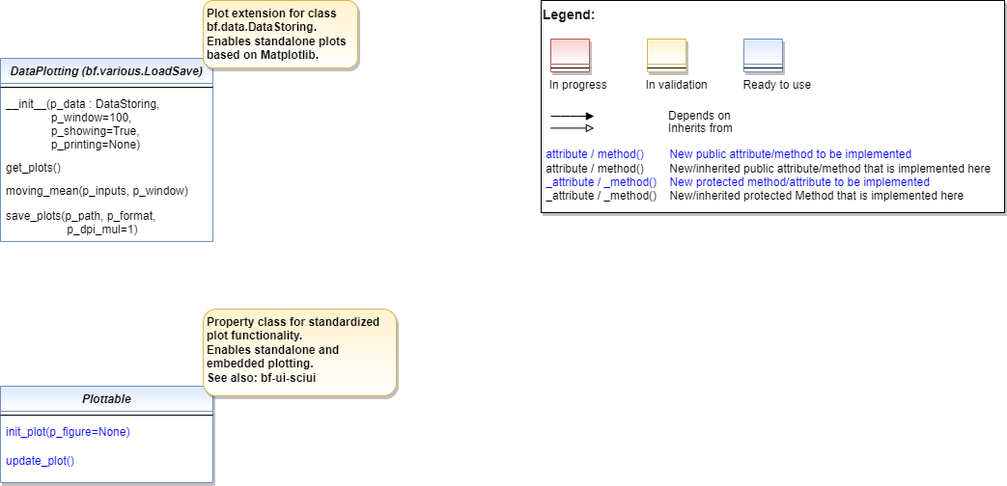
Earlier version of the draw.io export doc/rtd/content/append2/core/images/bf/MLPro-BF-Plot_class_diagram.drawio.png (fhswf/MLPro). Source tidied: cells renumbered, new cells last; positions are measured from the earlier drawing's top-left corner, leaving out a move shared by most shapes.
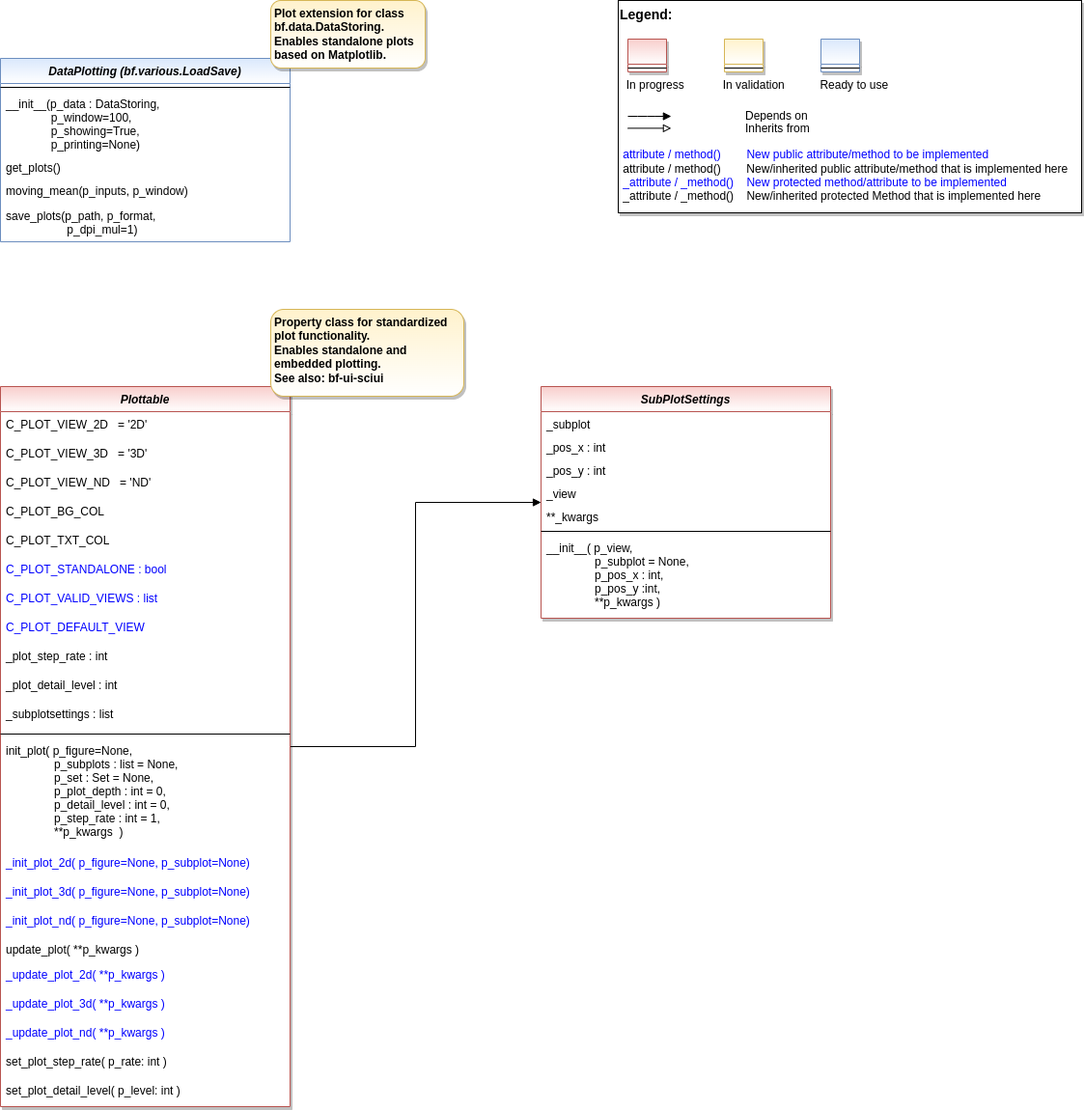
The same file after the commit.

Commit message:
Update of class diagram

The edit, as a diff of the source:
```diff
@@ -2,20 +2,80 @@
   <root>
     <mxCell id="0" />
     <mxCell id="1" parent="0" />
+    <mxCell id="24" style="edgeStyle=orthogonalEdgeStyle;rounded=0;jettySize=auto;html=1;fontColor=default;endArrow=block;endFill=1;" parent="1" edge="1" source="2" target="44">
+      <mxGeometry relative="1" as="geometry" />
+    </mxCell>
-    <mxCell id="2" value="Plottable" style="swimlane;fontStyle=3;align=center;verticalAlign=top;horizontal=1;startSize=26;rounded=0;shadow=1;strokeWidth=1;fillColor=#dae8fc;strokeColor=#6c8ebf;gradientColor=#FFFFFF;swimlaneFillColor=#FFFFFF;" parent="1" vertex="1">
-      <mxGeometry y="400" width="220" height="100" as="geometry" />
+    <mxCell id="2" value="Plottable" style="swimlane;fontStyle=3;align=center;verticalAlign=top;horizontal=1;startSize=26;rounded=0;shadow=1;strokeWidth=1;fillColor=#f8cecc;strokeColor=#b85450;swimlaneFillColor=#FFFFFF;gradientColor=#FFFFFF;" parent="1" vertex="1">
+      <mxGeometry y="400" width="300" height="746" as="geometry" />
     </mxCell>
+    <mxCell id="25" value="C_PLOT_VIEW_2D   = '2D'" style="text;align=left;verticalAlign=top;spacingLeft=4;spacingRight=4;overflow=hidden;fontColor=default;" parent="2" vertex="1">
+      <mxGeometry y="26" width="300" height="30" as="geometry" />
+    </mxCell>
+    <mxCell id="26" value="C_PLOT_VIEW_3D   = '3D'" style="text;align=left;verticalAlign=top;spacingLeft=4;spacingRight=4;overflow=hidden;fontColor=default;" parent="2" vertex="1">
+      <mxGeometry y="56" width="300" height="30" as="geometry" />
+    </mxCell>
+    <mxCell id="27" value="C_PLOT_VIEW_ND   = 'ND'" style="text;align=left;verticalAlign=top;spacingLeft=4;spacingRight=4;overflow=hidden;fontColor=default;" parent="2" vertex="1">
+      <mxGeometry y="86" width="300" height="30" as="geometry" />
+    </mxCell>
+    <mxCell id="28" value="C_PLOT_BG_COL" style="text;align=left;verticalAlign=top;spacingLeft=4;spacingRight=4;overflow=hidden;fontColor=default;" parent="2" vertex="1">
+      <mxGeometry y="116" width="300" height="30" as="geometry" />
+    </mxCell>
+    <mxCell id="29" value="C_PLOT_TXT_COL" style="text;align=left;verticalAlign=top;spacingLeft=4;spacingRight=4;overflow=hidden;fontColor=default;" parent="2" vertex="1">
+      <mxGeometry y="146" width="300" height="30" as="geometry" />
+    </mxCell>
+    <mxCell id="30" value="C_PLOT_STANDALONE : bool" style="text;align=left;verticalAlign=top;spacingLeft=4;spacingRight=4;overflow=hidden;fontColor=#0000FF;" parent="2" vertex="1">
+      <mxGeometry y="176" width="300" height="30" as="geometry" />
+    </mxCell>
+    <mxCell id="31" value="C_PLOT_VALID_VIEWS : list" style="text;align=left;verticalAlign=top;spacingLeft=4;spacingRight=4;overflow=hidden;fontColor=#0000FF;" parent="2" vertex="1">
+      <mxGeometry y="206" width="300" height="30" as="geometry" />
+    </mxCell>
+    <mxCell id="32" value="C_PLOT_DEFAULT_VIEW" style="text;align=left;verticalAlign=top;spacingLeft=4;spacingRight=4;overflow=hidden;fontColor=#0000FF;" parent="2" vertex="1">
+      <mxGeometry y="236" width="300" height="30" as="geometry" />
+    </mxCell>
+    <mxCell id="33" value="_plot_step_rate : int" style="text;align=left;verticalAlign=top;spacingLeft=4;spacingRight=4;overflow=hidden;fontColor=default;" parent="2" vertex="1">
+      <mxGeometry y="266" width="300" height="30" as="geometry" />
+    </mxCell>
+    <mxCell id="34" value="_plot_detail_level : int" style="text;align=left;verticalAlign=top;spacingLeft=4;spacingRight=4;overflow=hidden;fontColor=default;" parent="2" vertex="1">
+      <mxGeometry y="296" width="300" height="30" as="geometry" />
+    </mxCell>
+    <mxCell id="35" value="_subplotsettings : list" style="text;align=left;verticalAlign=top;spacingLeft=4;spacingRight=4;overflow=hidden;fontColor=default;" parent="2" vertex="1">
+      <mxGeometry y="326" width="300" height="30" as="geometry" />
+    </mxCell>
     <mxCell id="3" style="line;html=1;strokeWidth=1;align=left;verticalAlign=middle;spacingTop=-1;spacingLeft=3;spacingRight=3;labelPosition=right;" parent="2" vertex="1">
-      <mxGeometry y="26" width="220" height="8" as="geometry" />
+      <mxGeometry y="356" width="300" height="8" as="geometry" />
     </mxCell>
-    <mxCell id="4" value="init_plot(p_figure=None)" style="text;align=left;verticalAlign=top;spacingLeft=4;spacingRight=4;overflow=hidden;fontColor=#0000FF;" parent="2" vertex="1">
-      <mxGeometry y="34" width="220" height="30" as="geometry" />
+    <mxCell id="4" value="init_plot( p_figure=None, &#10;               p_subplots : list = None,&#10;               p_set : Set = None,&#10;               p_plot_depth : int = 0,&#10;               p_detail_level : int = 0,&#10;               p_step_rate : int = 1,&#10;               **p_kwargs  )" style="text;align=left;verticalAlign=top;spacingLeft=4;spacingRight=4;overflow=hidden;fontColor=default;" parent="2" vertex="1">
+      <mxGeometry y="364" width="300" height="116" as="geometry" />
     </mxCell>
+    <mxCell id="36" value="_init_plot_2d( p_figure=None, p_subplot=None)" style="text;align=left;verticalAlign=top;spacingLeft=4;spacingRight=4;overflow=hidden;fontColor=#0000FF;" parent="2" vertex="1">
+      <mxGeometry y="480" width="300" height="30" as="geometry" />
+    </mxCell>
+    <mxCell id="37" value="_init_plot_3d( p_figure=None, p_subplot=None)" style="text;align=left;verticalAlign=top;spacingLeft=4;spacingRight=4;overflow=hidden;fontColor=#0000FF;" parent="2" vertex="1">
+      <mxGeometry y="510" width="300" height="30" as="geometry" />
+    </mxCell>
+    <mxCell id="38" value="_init_plot_nd( p_figure=None, p_subplot=None)" style="text;align=left;verticalAlign=top;spacingLeft=4;spacingRight=4;overflow=hidden;fontColor=#0000FF;" parent="2" vertex="1">
+      <mxGeometry y="540" width="300" height="30" as="geometry" />
+    </mxCell>
-    <mxCell id="5" value="update_plot()" style="text;align=left;verticalAlign=top;spacingLeft=4;spacingRight=4;overflow=hidden;fontColor=#0000FF;" parent="2" vertex="1">
-      <mxGeometry y="64" width="220" height="26" as="geometry" />
+    <mxCell id="5" value="update_plot( **p_kwargs )" style="text;align=left;verticalAlign=top;spacingLeft=4;spacingRight=4;overflow=hidden;fontColor=default;" parent="2" vertex="1">
+      <mxGeometry y="570" width="300" height="26" as="geometry" />
     </mxCell>
+    <mxCell id="39" value="_update_plot_2d( **p_kwargs )" style="text;align=left;verticalAlign=top;spacingLeft=4;spacingRight=4;overflow=hidden;fontColor=#0000FF;" parent="2" vertex="1">
+      <mxGeometry y="596" width="300" height="30" as="geometry" />
+    </mxCell>
+    <mxCell id="40" value="_update_plot_3d( **p_kwargs )" style="text;align=left;verticalAlign=top;spacingLeft=4;spacingRight=4;overflow=hidden;fontColor=#0000FF;" parent="2" vertex="1">
+      <mxGeometry y="626" width="300" height="30" as="geometry" />
+    </mxCell>
+    <mxCell id="41" value="_update_plot_nd( **p_kwargs )" style="text;align=left;verticalAlign=top;spacingLeft=4;spacingRight=4;overflow=hidden;fontColor=#0000FF;" parent="2" vertex="1">
+      <mxGeometry y="656" width="300" height="30" as="geometry" />
+    </mxCell>
+    <mxCell id="42" value="set_plot_step_rate( p_rate: int )" style="text;align=left;verticalAlign=top;spacingLeft=4;spacingRight=4;overflow=hidden;fontColor=default;" parent="2" vertex="1">
+      <mxGeometry y="686" width="300" height="30" as="geometry" />
+    </mxCell>
+    <mxCell id="43" value="set_plot_detail_level( p_level: int )" style="text;align=left;verticalAlign=top;spacingLeft=4;spacingRight=4;overflow=hidden;fontColor=default;" parent="2" vertex="1">
+      <mxGeometry y="716" width="300" height="30" as="geometry" />
+    </mxCell>
     <mxCell id="6" style="group;" parent="1" vertex="1">
-      <mxGeometry x="560" width="480" height="220" as="geometry" />
+      <mxGeometry x="640" width="480" height="220" as="geometry" />
     </mxCell>
     <mxCell id="7" value="&lt;font color=&quot;#000000&quot; size=&quot;1&quot;&gt;&lt;b style=&quot;font-size: 14px&quot;&gt;Legend:&lt;br&gt;&lt;/b&gt;&lt;/font&gt;&lt;br&gt;&lt;br&gt;&lt;br&gt;&lt;font color=&quot;#0000ff&quot; style=&quot;font-size: 6px&quot;&gt;&lt;br&gt;&lt;/font&gt;&lt;span style=&quot;color: rgb(0 , 0 , 0)&quot;&gt;&lt;font style=&quot;font-size: 4px&quot;&gt;&amp;nbsp; &amp;nbsp;&lt;/font&gt;&amp;nbsp;In progress&amp;nbsp; &amp;nbsp; &amp;nbsp; &amp;nbsp; &amp;nbsp; &amp;nbsp; In validation&amp;nbsp; &amp;nbsp; &amp;nbsp; &amp;nbsp; &amp;nbsp; &amp;nbsp;Ready to use&lt;/span&gt;&lt;font color=&quot;#000000&quot;&gt;&amp;nbsp;&lt;br&gt;&lt;/font&gt;&lt;font color=&quot;#0000ff&quot;&gt;&lt;br&gt;&lt;br&gt;&lt;br&gt;&lt;br&gt;&amp;nbsp;attribute / method()&amp;nbsp; &amp;nbsp; &amp;nbsp; &amp;nbsp; New public attribute/method to be implemented&lt;/font&gt;&lt;br&gt;&lt;font color=&quot;#000000&quot;&gt;&amp;nbsp;&lt;/font&gt;&lt;font color=&quot;#000000&quot;&gt;attribute / method()&lt;span&gt;&#9;&lt;/span&gt;&amp;nbsp; &amp;nbsp; &amp;nbsp; &amp;nbsp;New/inherited public attribute/method that is implemented here&lt;br&gt;&lt;/font&gt;&lt;font color=&quot;#0000ff&quot;&gt;&amp;nbsp;_attribute /&amp;nbsp;&lt;/font&gt;&lt;font color=&quot;#0000ff&quot;&gt;_method()&amp;nbsp; &amp;nbsp; New protected method/attribute to be implemented&lt;/font&gt;&lt;br&gt;&lt;font color=&quot;#000000&quot;&gt;&amp;nbsp;_attribute / _method()&amp;nbsp; &amp;nbsp; New/inherited protected Method that is implemented here&lt;br&gt;&lt;/font&gt;&lt;font color=&quot;#000000&quot;&gt;&lt;br&gt;&lt;br&gt;&lt;br&gt;&lt;br&gt;&lt;br&gt;&lt;/font&gt;" style="text;html=1;align=left;verticalAlign=top;whiteSpace=wrap;rounded=0;fontColor=#006600;strokeColor=#000000;shadow=1;fillColor=#ffffff;" parent="6" vertex="1">
       <mxGeometry width="480" height="220" as="geometry" />
@@ -56,28 +116,52 @@
       <mxGeometry y="26" width="40" height="8" as="geometry" />
     </mxCell>
     <mxCell id="16" value="Property class for standardized plot functionality.&lt;br&gt;Enables standalone and embedded plotting.&lt;br&gt;See also: bf-ui-sciui" style="rounded=1;whiteSpace=wrap;html=1;fillColor=#fff2cc;strokeColor=#d6b656;gradientColor=#FFFFFF;shadow=1;fontStyle=1;align=left;spacingLeft=2;verticalAlign=top;" parent="1" vertex="1">
-      <mxGeometry x="210" y="320" width="200" height="90" as="geometry" />
+      <mxGeometry x="280" y="320" width="200" height="90" as="geometry" />
     </mxCell>
     <mxCell id="17" value="DataPlotting (bf.various.LoadSave)" style="swimlane;fontStyle=3;align=center;verticalAlign=top;horizontal=1;startSize=26;rounded=0;shadow=0;strokeWidth=1;fillColor=#dae8fc;strokeColor=#6c8ebf;gradientColor=#FFFFFF;swimlaneFillColor=#FFFFFF;" parent="1" vertex="1">
-      <mxGeometry y="60" width="220" height="190" as="geometry" />
+      <mxGeometry y="60" width="300" height="190" as="geometry" />
     </mxCell>
     <mxCell id="18" style="line;html=1;strokeWidth=1;align=left;verticalAlign=middle;spacingTop=-1;spacingLeft=3;spacingRight=3;labelPosition=right;" parent="17" vertex="1">
-      <mxGeometry y="26" width="220" height="8" as="geometry" />
+      <mxGeometry y="26" width="300" height="8" as="geometry" />
     </mxCell>
     <mxCell id="19" value="__init__(p_data : DataStoring, &#10;              p_window=100,&#10;              p_showing=True, &#10;              p_printing=None)" style="text;align=left;verticalAlign=top;spacingLeft=4;spacingRight=4;overflow=hidden;" parent="17" vertex="1">
-      <mxGeometry y="34" width="220" height="66" as="geometry" />
+      <mxGeometry y="34" width="300" height="66" as="geometry" />
     </mxCell>
     <mxCell id="20" value="get_plots()" style="text;align=left;verticalAlign=top;spacingLeft=4;spacingRight=4;overflow=hidden;" parent="17" vertex="1">
-      <mxGeometry y="100" width="220" height="24" as="geometry" />
+      <mxGeometry y="100" width="300" height="24" as="geometry" />
     </mxCell>
     <mxCell id="21" value="moving_mean(p_inputs, p_window)" style="text;align=left;verticalAlign=top;spacingLeft=4;spacingRight=4;overflow=hidden;" parent="17" vertex="1">
-      <mxGeometry y="124" width="220" height="26" as="geometry" />
+      <mxGeometry y="124" width="300" height="26" as="geometry" />
     </mxCell>
     <mxCell id="22" value="save_plots(p_path, p_format, &#10;                   p_dpi_mul=1)" style="text;align=left;verticalAlign=top;spacingLeft=4;spacingRight=4;overflow=hidden;" parent="17" vertex="1">
-      <mxGeometry y="150" width="220" height="40" as="geometry" />
+      <mxGeometry y="150" width="300" height="40" as="geometry" />
     </mxCell>
     <mxCell id="23" value="Plot extension for class bf.data.DataStoring. Enables standalone plots based on Matplotlib." style="rounded=1;whiteSpace=wrap;html=1;fillColor=#fff2cc;strokeColor=#d6b656;gradientColor=#FFFFFF;shadow=1;fontStyle=1;align=left;spacingLeft=2;verticalAlign=top;" parent="1" vertex="1">
-      <mxGeometry x="210" width="160" height="70" as="geometry" />
+      <mxGeometry x="280" width="160" height="70" as="geometry" />
     </mxCell>
+    <mxCell id="44" value="SubPlotSettings" style="swimlane;fontStyle=3;align=center;verticalAlign=top;horizontal=1;startSize=26;rounded=0;shadow=1;strokeWidth=1;fillColor=#f8cecc;strokeColor=#b85450;swimlaneFillColor=#FFFFFF;gradientColor=#FFFFFF;" parent="1" vertex="1">
+      <mxGeometry x="560" y="400" width="300" height="240" as="geometry" />
+    </mxCell>
+    <mxCell id="45" value="_subplot" style="text;align=left;verticalAlign=top;spacingLeft=4;spacingRight=4;overflow=hidden;" parent="44" vertex="1">
+      <mxGeometry y="26" width="300" height="24" as="geometry" />
+    </mxCell>
+    <mxCell id="46" value="_pos_x : int" style="text;align=left;verticalAlign=top;spacingLeft=4;spacingRight=4;overflow=hidden;" parent="44" vertex="1">
+      <mxGeometry y="50" width="300" height="24" as="geometry" />
+    </mxCell>
+    <mxCell id="47" value="_pos_y : int" style="text;align=left;verticalAlign=top;spacingLeft=4;spacingRight=4;overflow=hidden;" parent="44" vertex="1">
+      <mxGeometry y="74" width="300" height="24" as="geometry" />
+    </mxCell>
+    <mxCell id="48" value="_view" style="text;align=left;verticalAlign=top;spacingLeft=4;spacingRight=4;overflow=hidden;" parent="44" vertex="1">
+      <mxGeometry y="98" width="300" height="24" as="geometry" />
+    </mxCell>
+    <mxCell id="49" value="**_kwargs" style="text;align=left;verticalAlign=top;spacingLeft=4;spacingRight=4;overflow=hidden;" parent="44" vertex="1">
+      <mxGeometry y="122" width="300" height="24" as="geometry" />
+    </mxCell>
+    <mxCell id="50" style="line;html=1;strokeWidth=1;align=left;verticalAlign=middle;spacingTop=-1;spacingLeft=3;spacingRight=3;labelPosition=right;" parent="44" vertex="1">
+      <mxGeometry y="146" width="300" height="8" as="geometry" />
+    </mxCell>
+    <mxCell id="51" value="__init__( p_view, &#10;               p_subplot = None, &#10;               p_pos_x : int,&#10;               p_pos_y :int,&#10;               **p_kwargs )" style="text;align=left;verticalAlign=top;spacingLeft=4;spacingRight=4;overflow=hidden;" parent="44" vertex="1">
+      <mxGeometry y="154" width="300" height="86" as="geometry" />
+    </mxCell>
   </root>
 </mxGraphModel>
```
